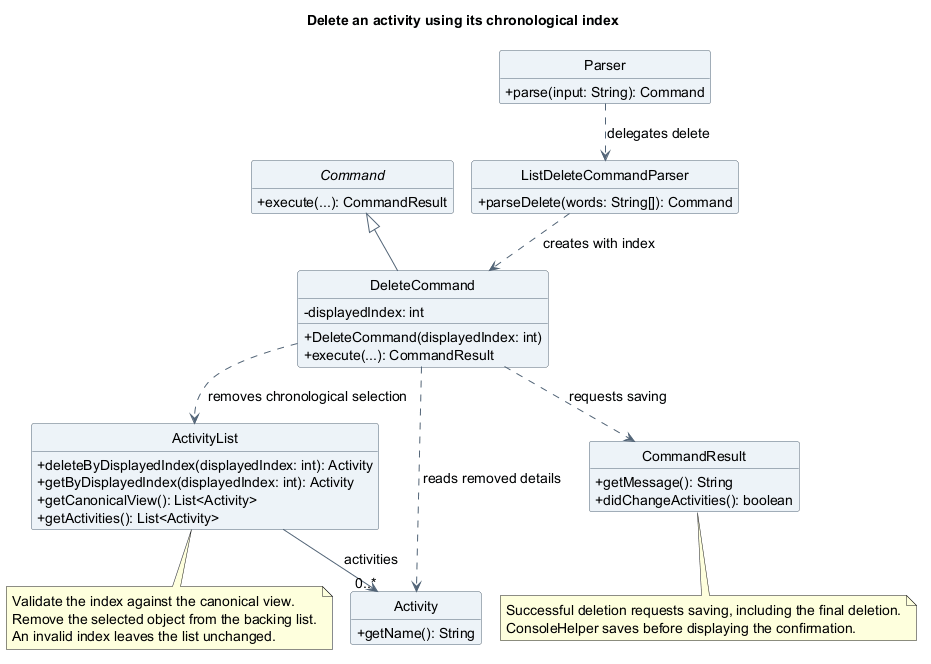
Earlier version of the PlantUML export docs/images/asyraf/class/DeleteActivityClassDiagram.png (AY2627S1-CS2113-T10-4/tp).
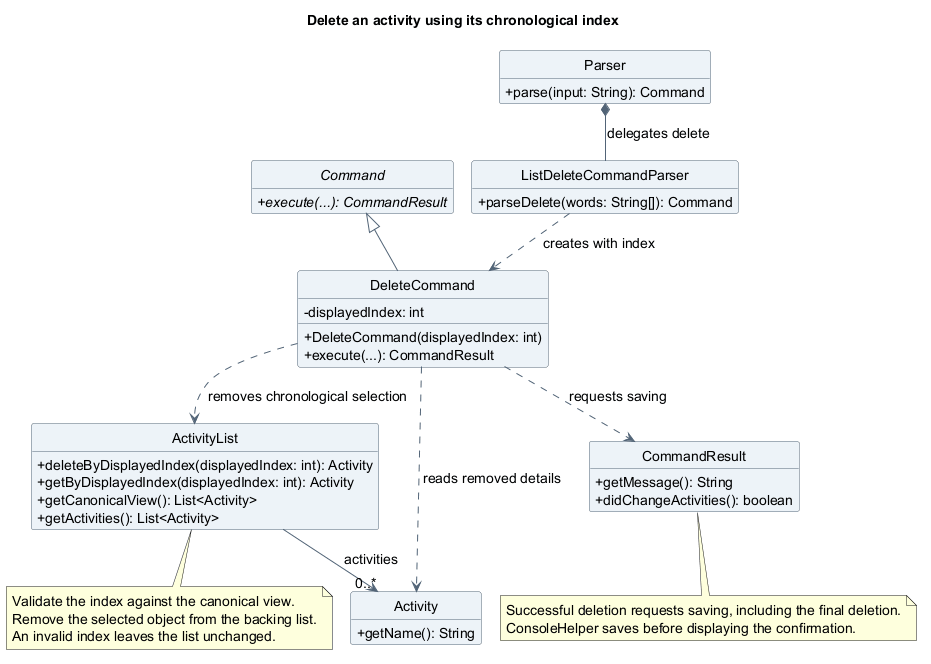
After the commit.

What changed in the source:
```diff
@@ -13,7 +13,7 @@
 hide empty members
 
 abstract class Command {
-  +execute(...): CommandResult
+  {abstract} +execute(...): CommandResult
 }
 class Parser {
   +parse(input: String): Command
@@ -40,7 +40,7 @@
   +didChangeActivities(): boolean
 }
 Command <|-- DeleteCommand
-Parser ..> ListDeleteCommandParser : delegates delete
+Parser *-- ListDeleteCommandParser : delegates delete
 ListDeleteCommandParser ..> DeleteCommand : creates with index
 DeleteCommand ..> ActivityList : removes chronological selection
 DeleteCommand ..> Activity : reads removed details
```
